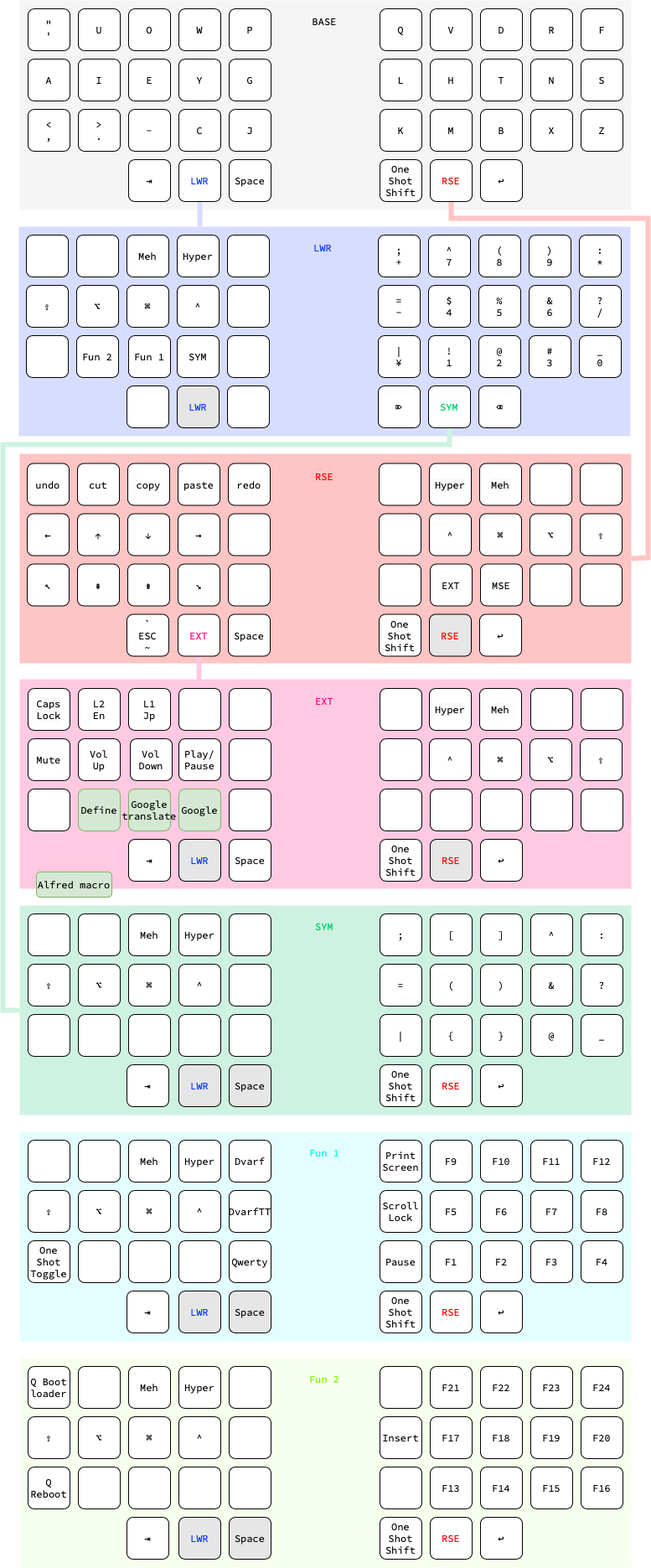
gilgameshone/gilgamesh-layout keeps this draw.io diagram as Gilgamesh-layers.drawio.png. Above is the earlier version. Source tidied: cells renumbered, new cells last; positions are measured from the earlier drawing's top-left corner, leaving out a move shared by most shapes.
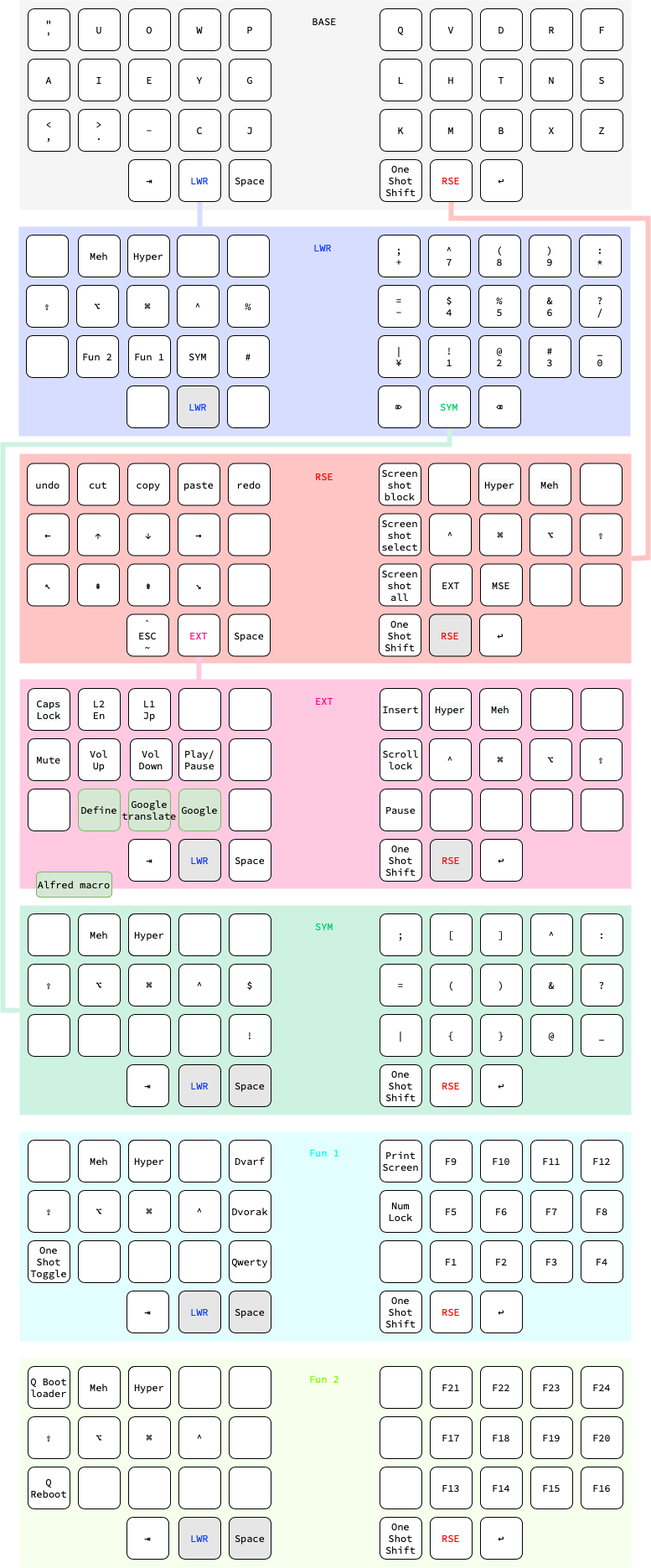
The same diagram one commit later.

Diff of the diagram source:
```diff
@@ -122,10 +122,4 @@
     <mxCell id="41" style="rounded=1;whiteSpace=wrap;html=1;fontFamily=Source Code Pro;fontSource=https%3A%2F%2Ffonts.googleapis.com%2Fcss%3Ffamily%3DSource%2BCode%2BPro;" parent="1" vertex="1">
-      <mxGeometry x="88" y="280" width="50" height="50" as="geometry" />
+      <mxGeometry x="208" y="280" width="50" height="50" as="geometry" />
     </mxCell>
-    <mxCell id="42" value="Meh" style="rounded=1;whiteSpace=wrap;html=1;fontFamily=Source Code Pro;fontSource=https%3A%2F%2Ffonts.googleapis.com%2Fcss%3Ffamily%3DSource%2BCode%2BPro;" parent="1" vertex="1">
-      <mxGeometry x="148" y="280" width="50" height="50" as="geometry" />
-    </mxCell>
-    <mxCell id="43" value="Hyper" style="rounded=1;whiteSpace=wrap;html=1;fontFamily=Source Code Pro;fontSource=https%3A%2F%2Ffonts.googleapis.com%2Fcss%3Ffamily%3DSource%2BCode%2BPro;" parent="1" vertex="1">
-      <mxGeometry x="208" y="280" width="50" height="50" as="geometry" />
-    </mxCell>
     <mxCell id="44" style="rounded=1;whiteSpace=wrap;html=1;fontFamily=Source Code Pro;fontSource=https%3A%2F%2Ffonts.googleapis.com%2Fcss%3Ffamily%3DSource%2BCode%2BPro;" parent="1" vertex="1">
@@ -145,3 +139,3 @@
     </mxCell>
-    <mxCell id="49" style="rounded=1;whiteSpace=wrap;html=1;fontFamily=Source Code Pro;fontSource=https%3A%2F%2Ffonts.googleapis.com%2Fcss%3Ffamily%3DSource%2BCode%2BPro;" parent="1" vertex="1">
+    <mxCell id="49" value="%" style="rounded=1;whiteSpace=wrap;html=1;fontFamily=Source Code Pro;fontSource=https%3A%2F%2Ffonts.googleapis.com%2Fcss%3Ffamily%3DSource%2BCode%2BPro;" parent="1" vertex="1">
       <mxGeometry x="268" y="340" width="50" height="50" as="geometry" />
@@ -151,3 +145,3 @@
     </mxCell>
-    <mxCell id="51" style="rounded=1;whiteSpace=wrap;html=1;fontFamily=Source Code Pro;fontSource=https%3A%2F%2Ffonts.googleapis.com%2Fcss%3Ffamily%3DSource%2BCode%2BPro;" parent="1" vertex="1">
+    <mxCell id="51" value="#" style="rounded=1;whiteSpace=wrap;html=1;fontFamily=Source Code Pro;fontSource=https%3A%2F%2Ffonts.googleapis.com%2Fcss%3Ffamily%3DSource%2BCode%2BPro;" parent="1" vertex="1">
       <mxGeometry x="268" y="400" width="50" height="50" as="geometry" />
@@ -259,13 +253,7 @@
     </mxCell>
-    <mxCell id="87" style="rounded=1;whiteSpace=wrap;html=1;fontFamily=Source Code Pro;fontSource=https%3A%2F%2Ffonts.googleapis.com%2Fcss%3Ffamily%3DSource%2BCode%2BPro;" parent="1" vertex="1">
+    <mxCell id="87" value="Screen&lt;br&gt;shot&lt;br&gt;block" style="rounded=1;whiteSpace=wrap;html=1;fontFamily=Source Code Pro;fontSource=https%3A%2F%2Ffonts.googleapis.com%2Fcss%3Ffamily%3DSource%2BCode%2BPro;" parent="1" vertex="1">
       <mxGeometry x="449" y="552.5" width="50" height="50" as="geometry" />
     </mxCell>
-    <mxCell id="88" value="&lt;span style=&quot;caret-color: rgb(0, 0, 0); color: rgb(0, 0, 0); font-size: 12px; font-style: normal; font-variant-caps: normal; font-weight: 400; letter-spacing: normal; text-align: center; text-indent: 0px; text-transform: none; word-spacing: 0px; -webkit-text-stroke-width: 0px; background-color: rgb(248, 249, 250); text-decoration: none; float: none; display: inline !important;&quot;&gt;Hyper&lt;/span&gt;" style="rounded=1;whiteSpace=wrap;html=1;fontFamily=Source Code Pro;fontSource=https%3A%2F%2Ffonts.googleapis.com%2Fcss%3Ffamily%3DSource%2BCode%2BPro;" parent="1" vertex="1">
-      <mxGeometry x="509" y="552.5" width="50" height="50" as="geometry" />
-    </mxCell>
-    <mxCell id="89" value="&lt;span style=&quot;caret-color: rgb(0, 0, 0); color: rgb(0, 0, 0); font-size: 12px; font-style: normal; font-variant-caps: normal; font-weight: 400; letter-spacing: normal; text-align: center; text-indent: 0px; text-transform: none; word-spacing: 0px; -webkit-text-stroke-width: 0px; background-color: rgb(248, 249, 250); text-decoration: none; float: none; display: inline !important;&quot;&gt;Meh&lt;/span&gt;" style="rounded=1;whiteSpace=wrap;html=1;fontFamily=Source Code Pro;fontSource=https%3A%2F%2Ffonts.googleapis.com%2Fcss%3Ffamily%3DSource%2BCode%2BPro;" parent="1" vertex="1">
-      <mxGeometry x="569" y="552.5" width="50" height="50" as="geometry" />
-    </mxCell>
     <mxCell id="90" style="rounded=1;whiteSpace=wrap;html=1;fontFamily=Source Code Pro;fontSource=https%3A%2F%2Ffonts.googleapis.com%2Fcss%3Ffamily%3DSource%2BCode%2BPro;" parent="1" vertex="1">
-      <mxGeometry x="629" y="552.5" width="50" height="50" as="geometry" />
+      <mxGeometry x="508" y="552.5" width="50" height="50" as="geometry" />
     </mxCell>
@@ -274,3 +262,3 @@
     </mxCell>
-    <mxCell id="92" style="rounded=1;whiteSpace=wrap;html=1;fontFamily=Source Code Pro;fontSource=https%3A%2F%2Ffonts.googleapis.com%2Fcss%3Ffamily%3DSource%2BCode%2BPro;" parent="1" vertex="1">
+    <mxCell id="92" value="Screen&lt;br&gt;shot&lt;br&gt;select" style="rounded=1;whiteSpace=wrap;html=1;fontFamily=Source Code Pro;fontSource=https%3A%2F%2Ffonts.googleapis.com%2Fcss%3Ffamily%3DSource%2BCode%2BPro;" parent="1" vertex="1">
       <mxGeometry x="449" y="612.5" width="50" height="50" as="geometry" />
@@ -289,3 +277,3 @@
     </mxCell>
-    <mxCell id="97" style="rounded=1;whiteSpace=wrap;html=1;fontFamily=Source Code Pro;fontSource=https%3A%2F%2Ffonts.googleapis.com%2Fcss%3Ffamily%3DSource%2BCode%2BPro;" parent="1" vertex="1">
+    <mxCell id="97" value="Screen&lt;br&gt;shot&lt;br&gt;all" style="rounded=1;whiteSpace=wrap;html=1;fontFamily=Source Code Pro;fontSource=https%3A%2F%2Ffonts.googleapis.com%2Fcss%3Ffamily%3DSource%2BCode%2BPro;" parent="1" vertex="1">
       <mxGeometry x="449" y="672.5" width="50" height="50" as="geometry" />
@@ -346,3 +334,3 @@
     </mxCell>
-    <mxCell id="116" style="rounded=1;whiteSpace=wrap;html=1;fontFamily=Source Code Pro;fontSource=https%3A%2F%2Ffonts.googleapis.com%2Fcss%3Ffamily%3DSource%2BCode%2BPro;" parent="1" vertex="1">
+    <mxCell id="116" value="Insert" style="rounded=1;whiteSpace=wrap;html=1;fontFamily=Source Code Pro;fontSource=https%3A%2F%2Ffonts.googleapis.com%2Fcss%3Ffamily%3DSource%2BCode%2BPro;" parent="1" vertex="1">
       <mxGeometry x="450" y="821" width="50" height="50" as="geometry" />
@@ -355,6 +343,6 @@
     </mxCell>
-    <mxCell id="119" style="rounded=1;whiteSpace=wrap;html=1;fontFamily=Source Code Pro;fontSource=https%3A%2F%2Ffonts.googleapis.com%2Fcss%3Ffamily%3DSource%2BCode%2BPro;" parent="1" vertex="1">
+    <mxCell id="119" value="Scroll&lt;br&gt;lock" style="rounded=1;whiteSpace=wrap;html=1;fontFamily=Source Code Pro;fontSource=https%3A%2F%2Ffonts.googleapis.com%2Fcss%3Ffamily%3DSource%2BCode%2BPro;" parent="1" vertex="1">
       <mxGeometry x="450" y="881" width="50" height="50" as="geometry" />
     </mxCell>
-    <mxCell id="120" style="rounded=1;whiteSpace=wrap;html=1;fontFamily=Source Code Pro;fontSource=https%3A%2F%2Ffonts.googleapis.com%2Fcss%3Ffamily%3DSource%2BCode%2BPro;" parent="1" vertex="1">
+    <mxCell id="120" value="Pause" style="rounded=1;whiteSpace=wrap;html=1;fontFamily=Source Code Pro;fontSource=https%3A%2F%2Ffonts.googleapis.com%2Fcss%3Ffamily%3DSource%2BCode%2BPro;" parent="1" vertex="1">
       <mxGeometry x="450" y="941" width="50" height="50" as="geometry" />
@@ -386,3 +374,3 @@
     <mxCell id="129" style="rounded=1;whiteSpace=wrap;html=1;fontFamily=Source Code Pro;fontSource=https%3A%2F%2Ffonts.googleapis.com%2Fcss%3Ffamily%3DSource%2BCode%2BPro;" parent="1" vertex="1">
-      <mxGeometry x="90" y="1090" width="50" height="50" as="geometry" />
+      <mxGeometry x="210" y="1090" width="50" height="50" as="geometry" />
     </mxCell>
@@ -391,5 +379,2 @@
     </mxCell>
-    <mxCell id="131" value="Hyper" style="rounded=1;whiteSpace=wrap;html=1;fontFamily=Source Code Pro;fontSource=https%3A%2F%2Ffonts.googleapis.com%2Fcss%3Ffamily%3DSource%2BCode%2BPro;" parent="1" vertex="1">
-      <mxGeometry x="210" y="1090" width="50" height="50" as="geometry" />
-    </mxCell>
     <mxCell id="132" style="rounded=1;whiteSpace=wrap;html=1;fontFamily=Source Code Pro;fontSource=https%3A%2F%2Ffonts.googleapis.com%2Fcss%3Ffamily%3DSource%2BCode%2BPro;" parent="1" vertex="1">
@@ -409,3 +394,3 @@
     </mxCell>
-    <mxCell id="137" style="rounded=1;whiteSpace=wrap;html=1;fontFamily=Source Code Pro;fontSource=https%3A%2F%2Ffonts.googleapis.com%2Fcss%3Ffamily%3DSource%2BCode%2BPro;" parent="1" vertex="1">
+    <mxCell id="137" value="$" style="rounded=1;whiteSpace=wrap;html=1;fontFamily=Source Code Pro;fontSource=https%3A%2F%2Ffonts.googleapis.com%2Fcss%3Ffamily%3DSource%2BCode%2BPro;" parent="1" vertex="1">
       <mxGeometry x="270" y="1150" width="50" height="50" as="geometry" />
@@ -424,3 +409,3 @@
     </mxCell>
-    <mxCell id="142" style="rounded=1;whiteSpace=wrap;html=1;fontFamily=Source Code Pro;fontSource=https%3A%2F%2Ffonts.googleapis.com%2Fcss%3Ffamily%3DSource%2BCode%2BPro;" parent="1" vertex="1">
+    <mxCell id="142" value="!" style="rounded=1;whiteSpace=wrap;html=1;fontFamily=Source Code Pro;fontSource=https%3A%2F%2Ffonts.googleapis.com%2Fcss%3Ffamily%3DSource%2BCode%2BPro;" parent="1" vertex="1">
       <mxGeometry x="270" y="1210" width="50" height="50" as="geometry" />
@@ -610,3 +595,3 @@
     <mxCell id="199" style="rounded=1;whiteSpace=wrap;html=1;fontFamily=Source Code Pro;fontSource=https%3A%2F%2Ffonts.googleapis.com%2Fcss%3Ffamily%3DSource%2BCode%2BPro;" parent="1" vertex="1">
-      <mxGeometry x="90" y="1360" width="50" height="50" as="geometry" />
+      <mxGeometry x="210" y="1360" width="50" height="50" as="geometry" />
     </mxCell>
@@ -615,5 +600,2 @@
     </mxCell>
-    <mxCell id="201" value="Hyper" style="rounded=1;whiteSpace=wrap;html=1;fontFamily=Source Code Pro;fontSource=https%3A%2F%2Ffonts.googleapis.com%2Fcss%3Ffamily%3DSource%2BCode%2BPro;" parent="1" vertex="1">
-      <mxGeometry x="210" y="1360" width="50" height="50" as="geometry" />
-    </mxCell>
     <mxCell id="202" value="Dvarf" style="rounded=1;whiteSpace=wrap;html=1;fontFamily=Source Code Pro;fontSource=https%3A%2F%2Ffonts.googleapis.com%2Fcss%3Ffamily%3DSource%2BCode%2BPro;" parent="1" vertex="1">
@@ -633,3 +615,3 @@
     </mxCell>
-    <mxCell id="207" value="DvarfTT" style="rounded=1;whiteSpace=wrap;html=1;fontFamily=Source Code Pro;fontSource=https%3A%2F%2Ffonts.googleapis.com%2Fcss%3Ffamily%3DSource%2BCode%2BPro;" parent="1" vertex="1">
+    <mxCell id="207" value="Dvorak" style="rounded=1;whiteSpace=wrap;html=1;fontFamily=Source Code Pro;fontSource=https%3A%2F%2Ffonts.googleapis.com%2Fcss%3Ffamily%3DSource%2BCode%2BPro;" parent="1" vertex="1">
       <mxGeometry x="270" y="1420" width="50" height="50" as="geometry" />
@@ -672,3 +654,3 @@
     </mxCell>
-    <mxCell id="220" value="Scroll Lock" style="rounded=1;whiteSpace=wrap;html=1;fontFamily=Source Code Pro;fontSource=https%3A%2F%2Ffonts.googleapis.com%2Fcss%3Ffamily%3DSource%2BCode%2BPro;" parent="1" vertex="1">
+    <mxCell id="220" value="Num Lock" style="rounded=1;whiteSpace=wrap;html=1;fontFamily=Source Code Pro;fontSource=https%3A%2F%2Ffonts.googleapis.com%2Fcss%3Ffamily%3DSource%2BCode%2BPro;" parent="1" vertex="1">
       <mxGeometry x="450" y="1420" width="50" height="50" as="geometry" />
@@ -687,3 +669,3 @@
     </mxCell>
-    <mxCell id="225" value="Pause" style="rounded=1;whiteSpace=wrap;html=1;fontFamily=Source Code Pro;fontSource=https%3A%2F%2Ffonts.googleapis.com%2Fcss%3Ffamily%3DSource%2BCode%2BPro;" parent="1" vertex="1">
+    <mxCell id="225" style="rounded=1;whiteSpace=wrap;html=1;fontFamily=Source Code Pro;fontSource=https%3A%2F%2Ffonts.googleapis.com%2Fcss%3Ffamily%3DSource%2BCode%2BPro;" parent="1" vertex="1">
       <mxGeometry x="450" y="1480" width="50" height="50" as="geometry" />
@@ -696,2 +678,5 @@
     </mxCell>
+    <mxCell id="88" value="&lt;span style=&quot;caret-color: rgb(0, 0, 0); color: rgb(0, 0, 0); font-size: 12px; font-style: normal; font-variant-caps: normal; font-weight: 400; letter-spacing: normal; text-align: center; text-indent: 0px; text-transform: none; word-spacing: 0px; -webkit-text-stroke-width: 0px; background-color: rgb(248, 249, 250); text-decoration: none; float: none; display: inline !important;&quot;&gt;Hyper&lt;/span&gt;" style="rounded=1;whiteSpace=wrap;html=1;fontFamily=Source Code Pro;fontSource=https%3A%2F%2Ffonts.googleapis.com%2Fcss%3Ffamily%3DSource%2BCode%2BPro;" parent="1" vertex="1">
+      <mxGeometry x="568" y="552.5" width="50" height="50" as="geometry" />
+    </mxCell>
     <mxCell id="228" value="F3" style="rounded=1;whiteSpace=wrap;html=1;fontFamily=Source Code Pro;fontSource=https%3A%2F%2Ffonts.googleapis.com%2Fcss%3Ffamily%3DSource%2BCode%2BPro;" parent="1" vertex="1">
@@ -724,3 +709,3 @@
     <mxCell id="237" style="rounded=1;whiteSpace=wrap;html=1;fontFamily=Source Code Pro;fontSource=https%3A%2F%2Ffonts.googleapis.com%2Fcss%3Ffamily%3DSource%2BCode%2BPro;" parent="1" vertex="1">
-      <mxGeometry x="90" y="1630" width="50" height="50" as="geometry" />
+      <mxGeometry x="210" y="1630" width="50" height="50" as="geometry" />
     </mxCell>
@@ -729,5 +714,2 @@
     </mxCell>
-    <mxCell id="239" value="Hyper" style="rounded=1;whiteSpace=wrap;html=1;fontFamily=Source Code Pro;fontSource=https%3A%2F%2Ffonts.googleapis.com%2Fcss%3Ffamily%3DSource%2BCode%2BPro;" parent="1" vertex="1">
-      <mxGeometry x="210" y="1630" width="50" height="50" as="geometry" />
-    </mxCell>
     <mxCell id="240" style="rounded=1;whiteSpace=wrap;html=1;fontFamily=Source Code Pro;fontSource=https%3A%2F%2Ffonts.googleapis.com%2Fcss%3Ffamily%3DSource%2BCode%2BPro;" parent="1" vertex="1">
@@ -774,3 +756,3 @@
     </mxCell>
-    <mxCell id="254" value="Insert" style="rounded=1;whiteSpace=wrap;html=1;fontFamily=Source Code Pro;fontSource=https%3A%2F%2Ffonts.googleapis.com%2Fcss%3Ffamily%3DSource%2BCode%2BPro;" parent="1" vertex="1">
+    <mxCell id="254" style="rounded=1;whiteSpace=wrap;html=1;fontFamily=Source Code Pro;fontSource=https%3A%2F%2Ffonts.googleapis.com%2Fcss%3Ffamily%3DSource%2BCode%2BPro;" parent="1" vertex="1">
       <mxGeometry x="450" y="1690" width="50" height="50" as="geometry" />
@@ -831,2 +813,29 @@
     </mxCell>
+    <mxCell id="273" value="Meh" style="rounded=1;whiteSpace=wrap;html=1;fontFamily=Source Code Pro;fontSource=https%3A%2F%2Ffonts.googleapis.com%2Fcss%3Ffamily%3DSource%2BCode%2BPro;" parent="1" vertex="1">
+      <mxGeometry x="90" y="1360" width="50" height="50" as="geometry" />
+    </mxCell>
+    <mxCell id="274" value="Hyper" style="rounded=1;whiteSpace=wrap;html=1;fontFamily=Source Code Pro;fontSource=https%3A%2F%2Ffonts.googleapis.com%2Fcss%3Ffamily%3DSource%2BCode%2BPro;" parent="1" vertex="1">
+      <mxGeometry x="150" y="1360" width="50" height="50" as="geometry" />
+    </mxCell>
+    <mxCell id="275" value="Hyper" style="rounded=1;whiteSpace=wrap;html=1;fontFamily=Source Code Pro;fontSource=https%3A%2F%2Ffonts.googleapis.com%2Fcss%3Ffamily%3DSource%2BCode%2BPro;" parent="1" vertex="1">
+      <mxGeometry x="150" y="1630" width="50" height="50" as="geometry" />
+    </mxCell>
+    <mxCell id="276" value="Hyper" style="rounded=1;whiteSpace=wrap;html=1;fontFamily=Source Code Pro;fontSource=https%3A%2F%2Ffonts.googleapis.com%2Fcss%3Ffamily%3DSource%2BCode%2BPro;" parent="1" vertex="1">
+      <mxGeometry x="149" y="280" width="50" height="50" as="geometry" />
+    </mxCell>
+    <mxCell id="277" value="Meh" style="rounded=1;whiteSpace=wrap;html=1;fontFamily=Source Code Pro;fontSource=https%3A%2F%2Ffonts.googleapis.com%2Fcss%3Ffamily%3DSource%2BCode%2BPro;" parent="1" vertex="1">
+      <mxGeometry x="90" y="1630" width="50" height="50" as="geometry" />
+    </mxCell>
+    <mxCell id="278" value="Meh" style="rounded=1;whiteSpace=wrap;html=1;fontFamily=Source Code Pro;fontSource=https%3A%2F%2Ffonts.googleapis.com%2Fcss%3Ffamily%3DSource%2BCode%2BPro;" parent="1" vertex="1">
+      <mxGeometry x="90" y="1090" width="50" height="50" as="geometry" />
+    </mxCell>
+    <mxCell id="279" value="Hyper" style="rounded=1;whiteSpace=wrap;html=1;fontFamily=Source Code Pro;fontSource=https%3A%2F%2Ffonts.googleapis.com%2Fcss%3Ffamily%3DSource%2BCode%2BPro;" parent="1" vertex="1">
+      <mxGeometry x="150" y="1090" width="50" height="50" as="geometry" />
+    </mxCell>
+    <mxCell id="89" value="&lt;span style=&quot;caret-color: rgb(0, 0, 0); color: rgb(0, 0, 0); font-size: 12px; font-style: normal; font-variant-caps: normal; font-weight: 400; letter-spacing: normal; text-align: center; text-indent: 0px; text-transform: none; word-spacing: 0px; -webkit-text-stroke-width: 0px; background-color: rgb(248, 249, 250); text-decoration: none; float: none; display: inline !important;&quot;&gt;Meh&lt;/span&gt;" style="rounded=1;whiteSpace=wrap;html=1;fontFamily=Source Code Pro;fontSource=https%3A%2F%2Ffonts.googleapis.com%2Fcss%3Ffamily%3DSource%2BCode%2BPro;" parent="1" vertex="1">
+      <mxGeometry x="628" y="552.5" width="50" height="50" as="geometry" />
+    </mxCell>
+    <mxCell id="280" value="Meh" style="rounded=1;whiteSpace=wrap;html=1;fontFamily=Source Code Pro;fontSource=https%3A%2F%2Ffonts.googleapis.com%2Fcss%3Ffamily%3DSource%2BCode%2BPro;" parent="1" vertex="1">
+      <mxGeometry x="90" y="280" width="50" height="50" as="geometry" />
+    </mxCell>
   </root>
```
